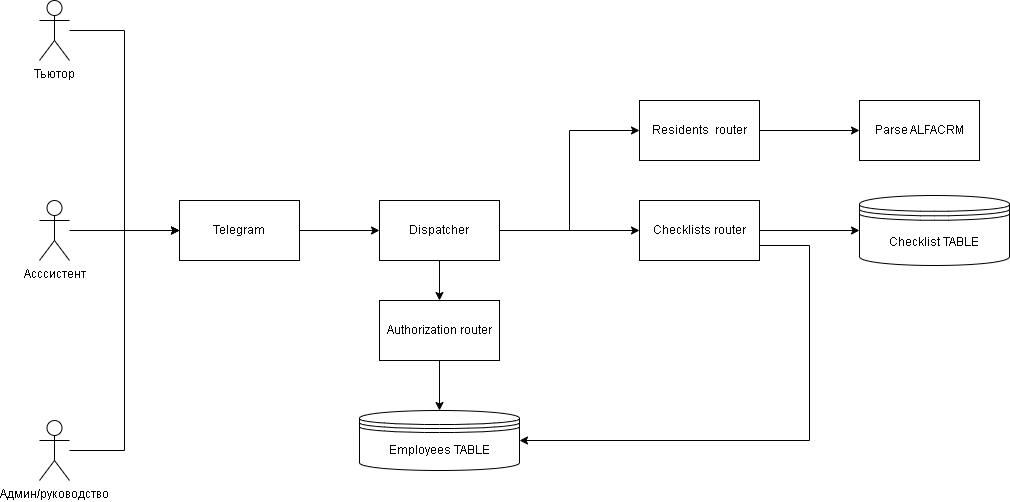
Above: docs/KO_bot-Preview.drawio.png in JovannaSG/TgBot_Kiberone (draw.io), before the change. Source tidied: cells renumbered, new cells last; positions are measured from the earlier drawing's top-left corner, leaving out a move shared by most shapes.
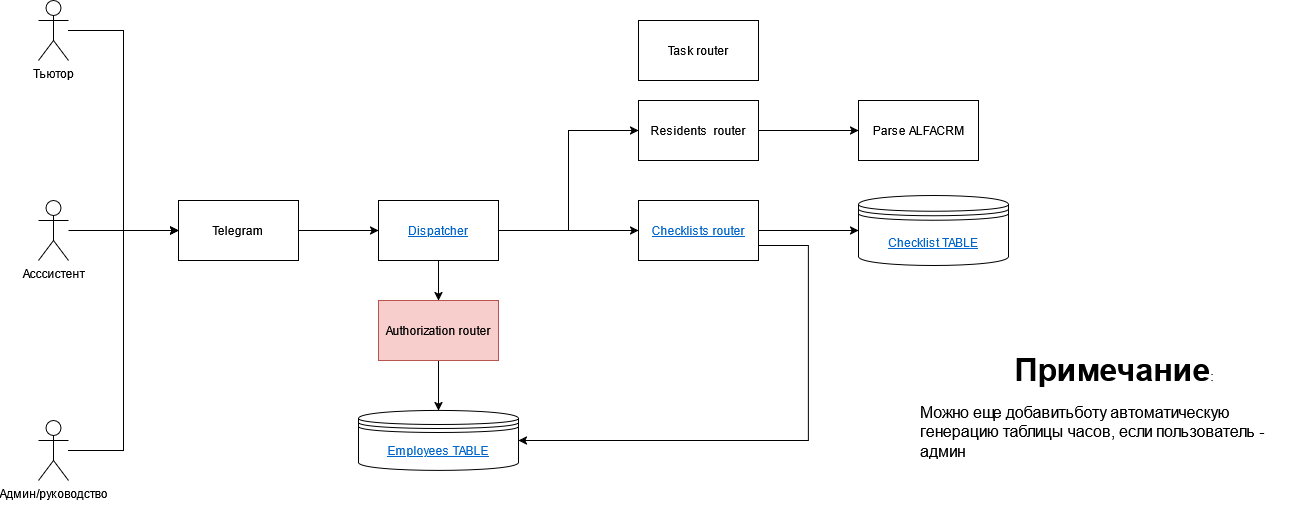
The same file after the commit.

Change to the diagram source:
```diff
@@ -61,7 +61,7 @@
     <mxCell id="19" style="edgeStyle=orthogonalEdgeStyle;rounded=0;jettySize=auto;html=1;entryX=0.5;entryY=0;entryDx=0;entryDy=0;" parent="1" edge="1" source="20" target="23">
       <mxGeometry relative="1" as="geometry" />
     </mxCell>
-    <mxCell id="20" value="Authorization router" style="rounded=0;whiteSpace=wrap;html=1;" parent="1" vertex="1">
+    <mxCell id="20" value="Authorization router" style="rounded=0;whiteSpace=wrap;html=1;fillColor=#f8cecc;strokeColor=#b85450;" parent="1" vertex="1">
       <mxGeometry x="340" y="300" width="120" height="60" as="geometry" />
     </mxCell>
     <mxCell id="21" value="&lt;a href=&quot;data:page/id,Vtxlm5REztze2hnvMYn3&quot;&gt;Checklist TABLE&lt;/a&gt;" style="shape=datastore;whiteSpace=wrap;html=1;" parent="1" vertex="1">
@@ -73,5 +73,11 @@
     <mxCell id="23" value="&lt;a href=&quot;data:page/id,Vtxlm5REztze2hnvMYn3&quot;&gt;&lt;span lang=&quot;en&quot; class=&quot;HwtZe&quot;&gt;&lt;span class=&quot;jCAhz ChMk0b&quot;&gt;&lt;span class=&quot;ryNqvb&quot;&gt;Employees &lt;/span&gt;&lt;/span&gt;&lt;/span&gt;TABLE&lt;/a&gt;" style="shape=datastore;whiteSpace=wrap;html=1;" parent="1" vertex="1">
       <mxGeometry x="320" y="410" width="160" height="60" as="geometry" />
     </mxCell>
+    <mxCell id="24" value="Task router" style="rounded=0;whiteSpace=wrap;html=1;" parent="1" vertex="1">
+      <mxGeometry x="600" y="20" width="120" height="60" as="geometry" />
+    </mxCell>
+    <mxCell id="25" value="&lt;div&gt;&lt;div align=&quot;center&quot;&gt;&lt;b&gt;&lt;font style=&quot;font-size: 32px;&quot;&gt;Примечание&lt;/font&gt;&lt;/b&gt;:&lt;br&gt;&lt;/div&gt;&lt;br&gt;&lt;font style=&quot;font-size: 16px;&quot;&gt;Можно еще добавитьботу автоматическую генерацию таблицы часов, если пользователь - админ&lt;/font&gt;&lt;/div&gt;" style="text;html=1;align=left;verticalAlign=middle;whiteSpace=wrap;rounded=0;" parent="1" vertex="1">
+      <mxGeometry x="880" y="300" width="390" height="210" as="geometry" />
+    </mxCell>
   </root>
 </mxGraphModel>
```
